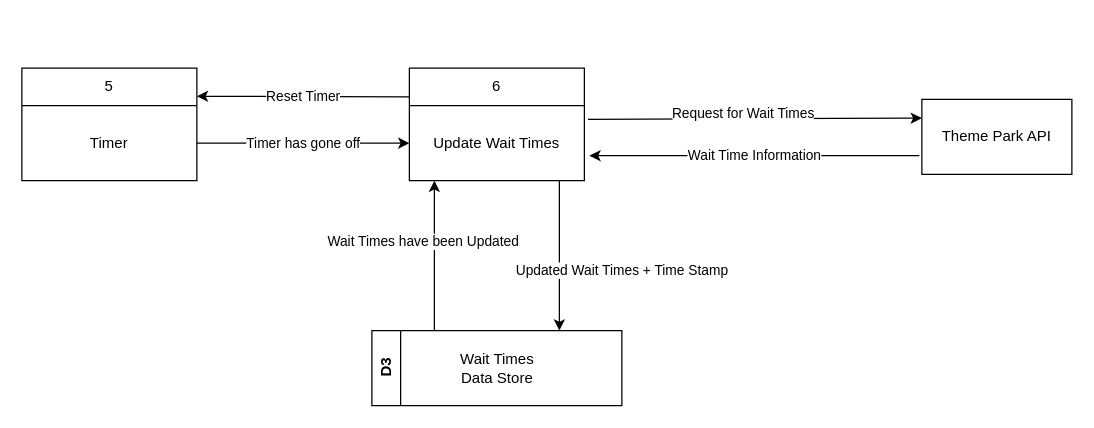
The draw.io diagram page "UC2_L0 - Requesting Wait Times" (3 of 5) of UseCases.drawio in TKCoder13/CSC331_UseCases, before the edit. Source tidied: cells renumbered, new cells numbered last; positions are measured from the earlier drawing's top-left corner, leaving out a move shared by most shapes. Both pictures are drawn from the tidied source at 125%, with x=0, y=0 at pixel (21, 68).
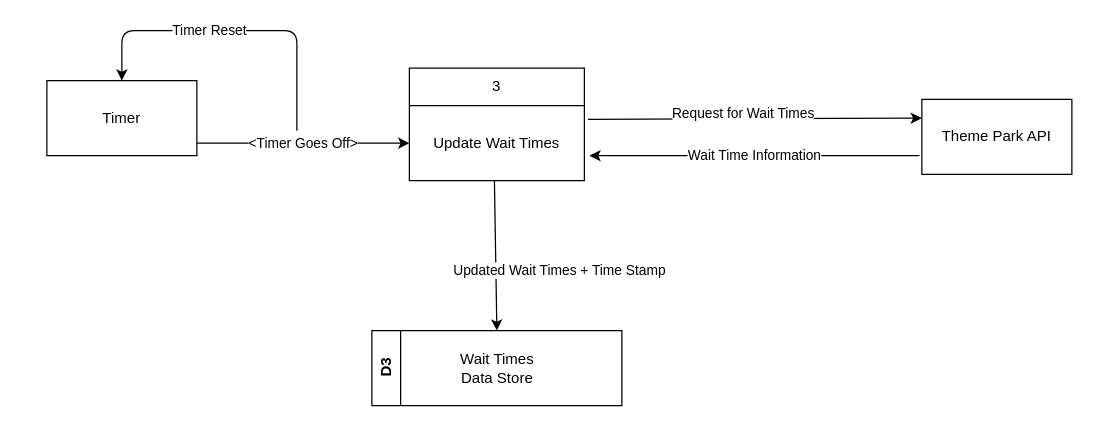
After the change.

The change refers to these unchanged cells:
```xml
<mxCell id="3" value="Update Wait Times" style="text;strokeColor=none;fillColor=none;align=center;verticalAlign=middle;spacingLeft=4;spacingRight=4;overflow=hidden;points=[[0,0.5],[1,0.5]];portConstraint=eastwest;whiteSpace=wrap;html=1;" parent="2" vertex="1">
  <mxGeometry y="30" width="140" height="60" as="geometry" />
</mxCell>
<mxCell id="11" value="D3" style="swimlane;horizontal=0;whiteSpace=wrap;html=1;startSize=23;" parent="1" vertex="1">
  <mxGeometry x="280" y="210" width="200" height="60" as="geometry" />
</mxCell>
```

The edit, as a diff of the source:
```diff
@@
-    <mxCell id="2" value="6" style="swimlane;fontStyle=0;horizontal=1;startSize=30;whiteSpace=wrap;html=1;" parent="1" vertex="1">
+    <mxCell id="2" value="3" style="swimlane;fontStyle=0;horizontal=1;startSize=30;whiteSpace=wrap;html=1;" parent="1" vertex="1">
       <mxGeometry x="310" width="140" height="90" as="geometry" />
     </mxCell>
@@
-    <mxCell id="7" value="5" style="swimlane;fontStyle=0;horizontal=1;startSize=30;whiteSpace=wrap;html=1;" parent="1" vertex="1">
-      <mxGeometry width="140" height="90" as="geometry" />
-    </mxCell>
-    <mxCell id="8" value="Timer" style="text;strokeColor=none;fillColor=none;align=center;verticalAlign=middle;spacingLeft=4;spacingRight=4;overflow=hidden;points=[[0,0.5],[1,0.5]];portConstraint=eastwest;whiteSpace=wrap;html=1;" parent="7" vertex="1">
-      <mxGeometry y="30" width="140" height="60" as="geometry" />
-    </mxCell>
-    <mxCell id="9" value="Timer has gone off" style="endArrow=classic;html=1;exitX=1;exitY=0.5;exitDx=0;exitDy=0;entryX=0;entryY=0.5;entryDx=0;entryDy=0;" parent="1" edge="1" source="8" target="3">
-      <mxGeometry relative="1" as="geometry" />
+    <mxCell id="9" value="&amp;lt;Timer Goes Off&amp;gt;" style="endArrow=classic;html=1;exitX=1;exitY=0.5;exitDx=0;exitDy=0;entryX=0;entryY=0.5;entryDx=0;entryDy=0;" parent="1" edge="1" target="3">
+      <mxGeometry relative="1" as="geometry">
+        <mxPoint x="140" y="60" as="sourcePoint" />
+      </mxGeometry>
     </mxCell>
-    <mxCell id="10" value="Reset Timer" style="endArrow=classic;html=1;entryX=1;entryY=0.25;entryDx=0;entryDy=0;" parent="1" edge="1" target="7">
-      <mxGeometry relative="1" as="geometry">
-        <mxPoint x="310" y="23" as="sourcePoint" />
+    <mxCell id="10" value="Timer Reset" style="endArrow=classic;html=1;entryX=0.5;entryY=0;entryDx=0;entryDy=0;" parent="1" edge="1" target="8">
+      <mxGeometry x="0.15" relative="1" as="geometry">
+        <mxPoint x="220" y="50" as="sourcePoint" />
+        <Array as="points">
+          <mxPoint x="220" y="-30" />
+          <mxPoint x="80" y="-30" />
+        </Array>
       </mxGeometry>
     </mxCell>
@@
-    <mxCell id="13" style="endArrow=classic;html=1;entryX=0.75;entryY=0;entryDx=0;entryDy=0;exitX=0.857;exitY=1;exitDx=0;exitDy=0;exitPerimeter=0;" parent="1" edge="1" source="3" target="11">
+    <mxCell id="13" style="endArrow=classic;html=1;entryX=0.5;entryY=0;entryDx=0;entryDy=0;exitX=0.486;exitY=1;exitDx=0;exitDy=0;exitPerimeter=0;" parent="1" edge="1" source="3" target="11">
       <mxGeometry relative="1" as="geometry" />
     </mxCell>
@@
-    <mxCell id="15" style="endArrow=classic;html=1;exitX=0.25;exitY=0;exitDx=0;exitDy=0;" parent="1" edge="1" source="11">
-      <mxGeometry relative="1" as="geometry">
-        <mxPoint x="330" y="90" as="targetPoint" />
-      </mxGeometry>
-    </mxCell>
-    <mxCell id="16" value="Wait Times have been Updated" style="edgeLabel;html=1;align=center;verticalAlign=middle;" parent="15" vertex="1">
-      <mxGeometry x="0.2" y="1" relative="1" as="geometry">
-        <mxPoint x="-9" as="offset" />
-      </mxGeometry>
-    </mxCell>
+    <mxCell id="8" value="Timer" style="rounded=0;whiteSpace=wrap;html=1;" parent="1" vertex="1">
+      <mxGeometry x="20" y="10" width="120" height="60" as="geometry" />
+    </mxCell>
```
